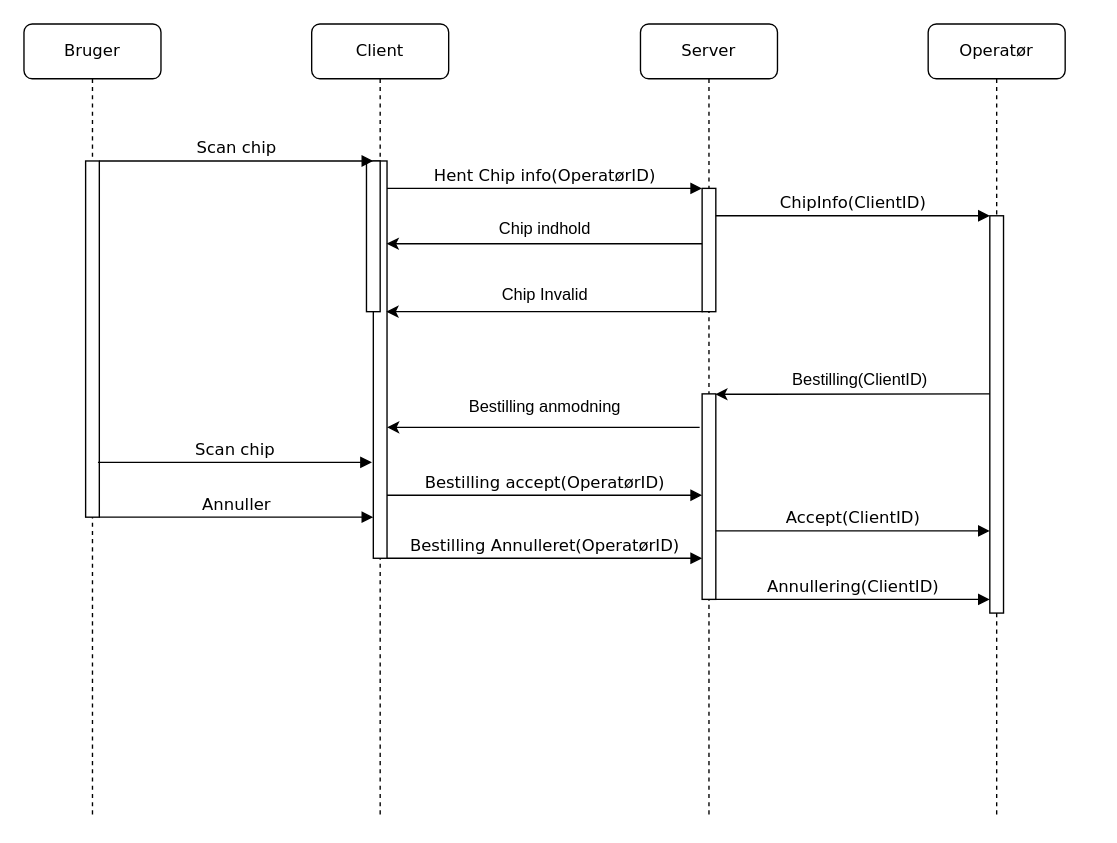
The draw.io diagram IdeventUML.drawio in Ronnie1983/Idevent, before the edit. Source tidied: cells renumbered, new cells numbered last; positions are measured from the earlier drawing's top-left corner, leaving out a move shared by most shapes. Both pictures are drawn from the tidied source at 137%, with x=0, y=0 at pixel (23, 23).
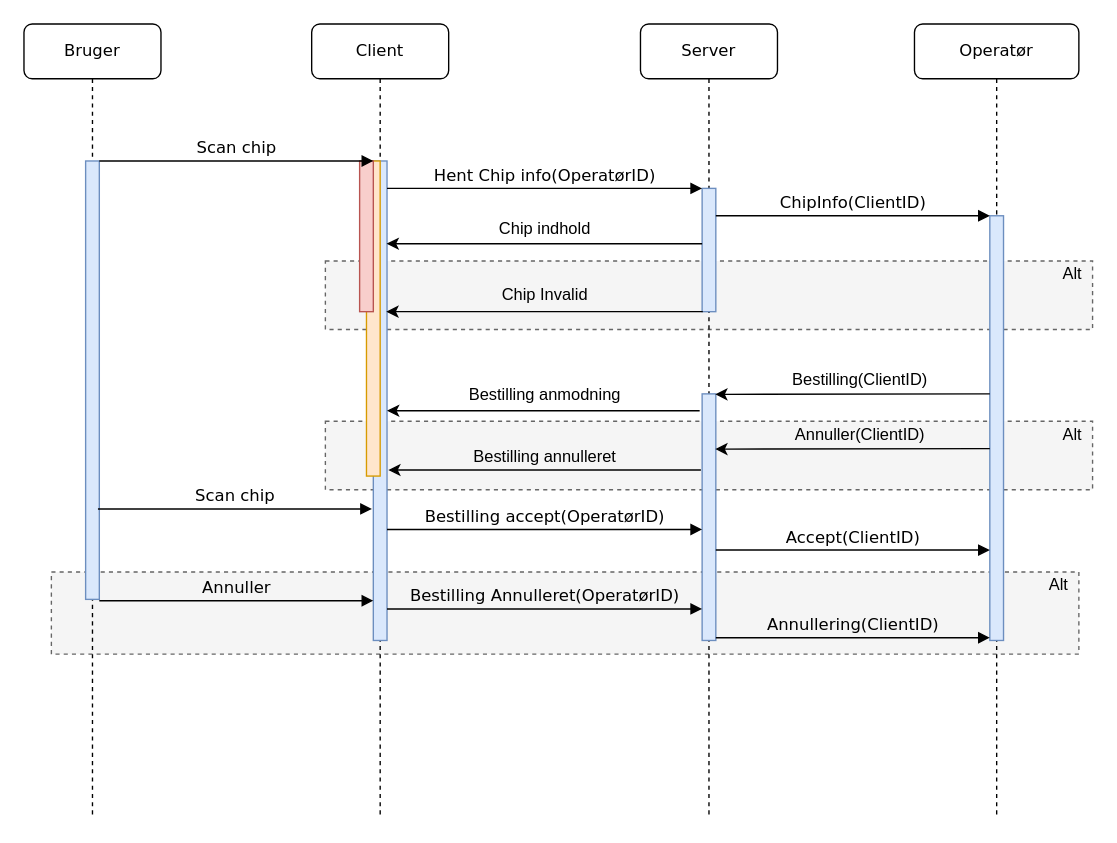
The same page after the edit.

Unchanged cells that the change refers to:
```xml
<mxCell id="2" value="Client" style="shape=umlLifeline;perimeter=lifelinePerimeter;whiteSpace=wrap;html=1;rounded=1;shadow=0;comic=0;labelBackgroundColor=none;strokeWidth=1;fontFamily=Verdana;fontSize=12;align=center;" parent="1" vertex="1">
  <mxGeometry x="210" width="100" height="580" as="geometry" />
</mxCell>
<mxCell id="5" value="Server" style="shape=umlLifeline;perimeter=lifelinePerimeter;whiteSpace=wrap;html=1;rounded=1;shadow=0;comic=0;labelBackgroundColor=none;strokeWidth=1;fontFamily=Verdana;fontSize=12;align=center;" parent="1" vertex="1">
  <mxGeometry x="450" width="100" height="580" as="geometry" />
</mxCell>
<mxCell id="9" value="Bruger" style="shape=umlLifeline;perimeter=lifelinePerimeter;whiteSpace=wrap;html=1;rounded=1;shadow=0;comic=0;labelBackgroundColor=none;strokeWidth=1;fontFamily=Verdana;fontSize=12;align=center;" parent="1" vertex="1">
  <mxGeometry width="100" height="580" as="geometry" />
</mxCell>
```

Diff of the diagram source:
```diff
@@
+    <mxCell id="29" style="rounded=0;whiteSpace=wrap;html=1;dashed=1;fillColor=#f5f5f5;strokeColor=#666666;fontColor=#333333;" parent="1" vertex="1">
+      <mxGeometry x="20" y="400" width="750" height="60" as="geometry" />
+    </mxCell>
+    <mxCell id="30" style="rounded=0;whiteSpace=wrap;html=1;dashed=1;fillColor=#f5f5f5;strokeColor=#666666;fontColor=#333333;" parent="1" vertex="1">
+      <mxGeometry x="220" y="290" width="560" height="50" as="geometry" />
+    </mxCell>
+    <mxCell id="8" value="Operatør" style="shape=umlLifeline;perimeter=lifelinePerimeter;whiteSpace=wrap;html=1;rounded=1;shadow=0;comic=0;labelBackgroundColor=none;strokeWidth=1;fontFamily=Verdana;fontSize=12;align=center;" parent="1" vertex="1">
+      <mxGeometry x="650" width="120" height="580" as="geometry" />
+    </mxCell>
+    <mxCell id="31" value="Alt" style="text;html=1;align=center;verticalAlign=middle;strokeColor=none;fillColor=none;" parent="8" vertex="1">
+      <mxGeometry x="90" y="400" width="30" height="20" as="geometry" />
+    </mxCell>
+    <mxCell id="32" style="rounded=0;whiteSpace=wrap;html=1;dashed=1;fillColor=#f5f5f5;strokeColor=#666666;fontColor=#333333;" parent="1" vertex="1">
+      <mxGeometry x="220" y="173" width="560" height="50" as="geometry" />
+    </mxCell>
@@
-    <mxCell id="3" style="html=1;points=[];perimeter=orthogonalPerimeter;rounded=0;shadow=0;comic=0;labelBackgroundColor=none;strokeWidth=1;fontFamily=Verdana;fontSize=12;align=center;" parent="2" vertex="1">
-      <mxGeometry x="45" y="100" width="10" height="290" as="geometry" />
+    <mxCell id="3" style="html=1;points=[];perimeter=orthogonalPerimeter;rounded=0;shadow=0;comic=0;labelBackgroundColor=none;strokeWidth=1;fontFamily=Verdana;fontSize=12;align=center;fillColor=#dae8fc;strokeColor=#6c8ebf;" parent="2" vertex="1">
+      <mxGeometry x="45" y="100" width="10" height="350" as="geometry" />
     </mxCell>
-    <mxCell id="4" style="html=1;perimeter=orthogonalPerimeter;rounded=0;shadow=0;comic=0;labelBackgroundColor=none;strokeWidth=1;fontFamily=Verdana;fontSize=12;align=center;" parent="2" vertex="1">
-      <mxGeometry x="40" y="100" width="10" height="110" as="geometry" />
+    <mxCell id="4" style="html=1;perimeter=orthogonalPerimeter;rounded=0;shadow=0;comic=0;labelBackgroundColor=none;strokeWidth=1;fontFamily=Verdana;fontSize=12;align=center;fillColor=#ffe6cc;strokeColor=#d79b00;" parent="2" vertex="1">
+      <mxGeometry x="40" y="100" width="10" height="230" as="geometry" />
     </mxCell>
+    <mxCell id="33" style="html=1;perimeter=orthogonalPerimeter;rounded=0;shadow=0;comic=0;labelBackgroundColor=none;strokeWidth=1;fontFamily=Verdana;fontSize=12;align=center;fillColor=#f8cecc;strokeColor=#b85450;" parent="2" vertex="1">
+      <mxGeometry x="35" y="100" width="10" height="110" as="geometry" />
+    </mxCell>
@@
-    <mxCell id="6" style="html=1;points=[];perimeter=orthogonalPerimeter;rounded=0;shadow=0;comic=0;labelBackgroundColor=none;strokeWidth=1;fontFamily=Verdana;fontSize=12;align=center;" parent="5" vertex="1">
+    <mxCell id="6" style="html=1;points=[];perimeter=orthogonalPerimeter;rounded=0;shadow=0;comic=0;labelBackgroundColor=none;strokeWidth=1;fontFamily=Verdana;fontSize=12;align=center;fillColor=#dae8fc;strokeColor=#6c8ebf;" parent="5" vertex="1">
       <mxGeometry x="45" y="120" width="10" height="90" as="geometry" />
     </mxCell>
-    <mxCell id="7" style="html=1;points=[];perimeter=orthogonalPerimeter;rounded=0;shadow=0;comic=0;labelBackgroundColor=none;strokeWidth=1;fontFamily=Verdana;fontSize=12;align=center;" parent="5" vertex="1">
-      <mxGeometry x="45" y="270" width="10" height="150" as="geometry" />
+    <mxCell id="7" style="html=1;points=[];perimeter=orthogonalPerimeter;rounded=0;shadow=0;comic=0;labelBackgroundColor=none;strokeWidth=1;fontFamily=Verdana;fontSize=12;align=center;fillColor=#dae8fc;strokeColor=#6c8ebf;" parent="5" vertex="1">
+      <mxGeometry x="45" y="270" width="10" height="180" as="geometry" />
     </mxCell>
-    <mxCell id="8" value="Operatør" style="shape=umlLifeline;perimeter=lifelinePerimeter;whiteSpace=wrap;html=1;rounded=1;shadow=0;comic=0;labelBackgroundColor=none;strokeWidth=1;fontFamily=Verdana;fontSize=12;align=center;" parent="1" vertex="1">
-      <mxGeometry x="660" width="100" height="580" as="geometry" />
-    </mxCell>
+    <mxCell id="11" style="html=1;points=[];perimeter=orthogonalPerimeter;rounded=0;shadow=0;comic=0;labelBackgroundColor=none;strokeWidth=1;fontFamily=Verdana;fontSize=12;align=center;fillColor=#dae8fc;strokeColor=#6c8ebf;" parent="1" vertex="1">
+      <mxGeometry x="705" y="140" width="10" height="310" as="geometry" />
+    </mxCell>
@@
-    <mxCell id="10" style="html=1;points=[];perimeter=orthogonalPerimeter;rounded=0;shadow=0;comic=0;labelBackgroundColor=none;strokeWidth=1;fontFamily=Verdana;fontSize=12;align=center;" parent="9" vertex="1">
-      <mxGeometry x="45" y="100" width="10" height="260" as="geometry" />
+    <mxCell id="10" style="html=1;points=[];perimeter=orthogonalPerimeter;rounded=0;shadow=0;comic=0;labelBackgroundColor=none;strokeWidth=1;fontFamily=Verdana;fontSize=12;align=center;fillColor=#dae8fc;strokeColor=#6c8ebf;" parent="9" vertex="1">
+      <mxGeometry x="45" y="100" width="10" height="320" as="geometry" />
     </mxCell>
-    <mxCell id="11" style="html=1;points=[];perimeter=orthogonalPerimeter;rounded=0;shadow=0;comic=0;labelBackgroundColor=none;strokeWidth=1;fontFamily=Verdana;fontSize=12;align=center;" parent="1" vertex="1">
-      <mxGeometry x="705" y="140" width="10" height="290" as="geometry" />
-    </mxCell>
@@
-    <mxCell id="21" style="endArrow=classic;html=1;rounded=0;exitX=-0.181;exitY=0.163;exitDx=0;exitDy=0;exitPerimeter=0;" parent="1" edge="1" source="7" target="3">
-      <mxGeometry relative="1" as="geometry" />
+    <mxCell id="21" style="endArrow=classic;html=1;rounded=0;exitX=-0.181;exitY=0.163;exitDx=0;exitDy=0;exitPerimeter=0;" parent="1" edge="1">
+      <mxGeometry relative="1" as="geometry">
+        <mxPoint x="493.2" y="282.3" as="sourcePoint" />
+        <mxPoint x="265" y="282.3" as="targetPoint" />
+      </mxGeometry>
     </mxCell>
     <mxCell id="22" value="Bestilling anmodning" style="text;html=1;align=center;verticalAlign=middle;strokeColor=none;fillColor=none;" parent="1" vertex="1">
-      <mxGeometry x="315" y="270" width="130" height="20" as="geometry" />
+      <mxGeometry x="315" y="261" width="130" height="20" as="geometry" />
     </mxCell>
     <mxCell id="23" value="Scan chip" style="html=1;verticalAlign=bottom;endArrow=block;entryX=0;entryY=0;labelBackgroundColor=none;fontFamily=Verdana;fontSize=12;edgeStyle=elbowEdgeStyle;elbow=vertical;" parent="1" edge="1">
       <mxGeometry relative="1" as="geometry">
-        <mxPoint x="54" y="320" as="sourcePoint" />
-        <mxPoint x="254" y="320" as="targetPoint" />
+        <mxPoint x="54" y="354" as="sourcePoint" />
+        <mxPoint x="254" y="354" as="targetPoint" />
       </mxGeometry>
     </mxCell>
     <mxCell id="24" value="Bestilling accept(OperatørID)" style="html=1;verticalAlign=bottom;endArrow=block;entryX=0;entryY=0;labelBackgroundColor=none;fontFamily=Verdana;fontSize=12;edgeStyle=elbowEdgeStyle;elbow=vertical;" parent="1" edge="1">
       <mxGeometry relative="1" as="geometry">
-        <mxPoint x="265" y="344" as="sourcePoint" />
-        <mxPoint x="495" y="344" as="targetPoint" />
+        <mxPoint x="265" y="369" as="sourcePoint" />
+        <mxPoint x="495" y="369" as="targetPoint" />
       </mxGeometry>
     </mxCell>
     <mxCell id="25" value="Bestilling Annulleret(OperatørID)" style="html=1;verticalAlign=bottom;endArrow=block;entryX=0;entryY=0;labelBackgroundColor=none;fontFamily=Verdana;fontSize=12;edgeStyle=elbowEdgeStyle;elbow=vertical;" parent="1" edge="1">
       <mxGeometry relative="1" as="geometry">
-        <mxPoint x="265" y="390" as="sourcePoint" />
-        <mxPoint x="495" y="390" as="targetPoint" />
+        <mxPoint x="265" y="427" as="sourcePoint" />
+        <mxPoint x="495" y="427" as="targetPoint" />
       </mxGeometry>
     </mxCell>
     <mxCell id="26" value="Annullering(ClientID)" style="html=1;verticalAlign=bottom;endArrow=block;labelBackgroundColor=none;fontFamily=Verdana;fontSize=12;edgeStyle=elbowEdgeStyle;elbow=vertical;" parent="1" edge="1">
       <mxGeometry relative="1" as="geometry">
-        <mxPoint x="505" y="420" as="sourcePoint" />
-        <mxPoint x="705" y="420" as="targetPoint" />
+        <mxPoint x="505" y="448" as="sourcePoint" />
+        <mxPoint x="705" y="448" as="targetPoint" />
         <Array as="points">
-          <mxPoint x="510" y="420" />
+          <mxPoint x="510" y="448" />
         </Array>
       </mxGeometry>
     </mxCell>
     <mxCell id="27" value="Accept(ClientID)" style="html=1;verticalAlign=bottom;endArrow=block;labelBackgroundColor=none;fontFamily=Verdana;fontSize=12;edgeStyle=elbowEdgeStyle;elbow=vertical;" parent="1" edge="1">
       <mxGeometry relative="1" as="geometry">
-        <mxPoint x="505" y="370" as="sourcePoint" />
-        <mxPoint x="705" y="370" as="targetPoint" />
+        <mxPoint x="505" y="384" as="sourcePoint" />
+        <mxPoint x="705" y="384" as="targetPoint" />
         <Array as="points">
-          <mxPoint x="510" y="370" />
+          <mxPoint x="510" y="384" />
         </Array>
       </mxGeometry>
     </mxCell>
     <mxCell id="28" value="Annuller" style="html=1;verticalAlign=bottom;endArrow=block;entryX=0;entryY=0;labelBackgroundColor=none;fontFamily=Verdana;fontSize=12;edgeStyle=elbowEdgeStyle;elbow=vertical;" parent="1" edge="1">
       <mxGeometry relative="1" as="geometry">
-        <mxPoint x="55" y="360" as="sourcePoint" />
-        <mxPoint x="255" y="360" as="targetPoint" />
+        <mxPoint x="55" y="421" as="sourcePoint" />
+        <mxPoint x="255" y="421" as="targetPoint" />
       </mxGeometry>
     </mxCell>
+    <mxCell id="34" style="endArrow=classic;html=1;rounded=0;entryX=0.958;entryY=0.002;entryDx=0;entryDy=0;entryPerimeter=0;" parent="1" edge="1">
+      <mxGeometry relative="1" as="geometry">
+        <mxPoint x="705" y="310" as="sourcePoint" />
+        <mxPoint x="504.6" y="310.3" as="targetPoint" />
+      </mxGeometry>
+    </mxCell>
+    <mxCell id="35" value="Annuller(ClientID)" style="text;html=1;align=center;verticalAlign=middle;strokeColor=none;fillColor=none;" parent="1" vertex="1">
+      <mxGeometry x="555" y="290" width="110" height="20" as="geometry" />
+    </mxCell>
+    <mxCell id="36" style="endArrow=classic;html=1;rounded=0;exitX=-0.181;exitY=0.163;exitDx=0;exitDy=0;exitPerimeter=0;" parent="1" edge="1">
+      <mxGeometry relative="1" as="geometry">
+        <mxPoint x="494.1" y="325.6" as="sourcePoint" />
+        <mxPoint x="265.9" y="325.6" as="targetPoint" />
+      </mxGeometry>
+    </mxCell>
+    <mxCell id="37" value="Bestilling annulleret" style="text;html=1;align=center;verticalAlign=middle;strokeColor=none;fillColor=none;" parent="1" vertex="1">
+      <mxGeometry x="320" y="306" width="120" height="20" as="geometry" />
+    </mxCell>
+    <mxCell id="38" value="Alt" style="text;html=1;align=center;verticalAlign=middle;strokeColor=none;fillColor=none;" parent="1" vertex="1">
+      <mxGeometry x="750" y="173" width="30" height="20" as="geometry" />
+    </mxCell>
+    <mxCell id="39" value="Alt" style="text;html=1;align=center;verticalAlign=middle;strokeColor=none;fillColor=none;" parent="1" vertex="1">
+      <mxGeometry x="750" y="290" width="30" height="20" as="geometry" />
+    </mxCell>
```
